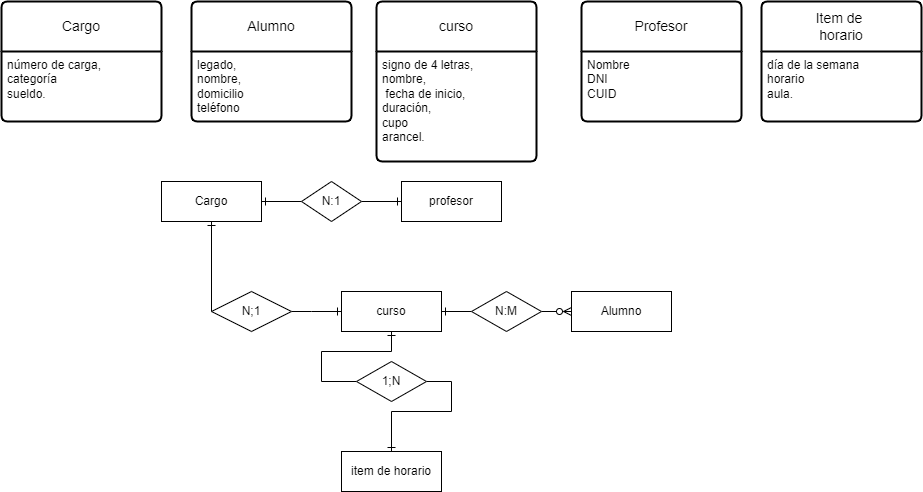
Before: Diagrama 4 TP3.drawio.png, a diagram exported from draw.io (Lilo038/Draw.IO). Source tidied: cells renumbered, new cells last; positions are measured from the earlier drawing's top-left corner, leaving out a move shared by most shapes.
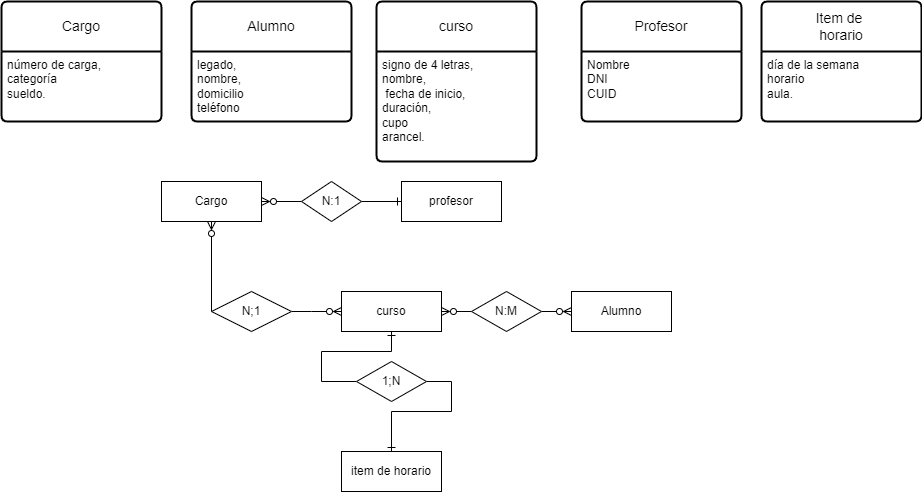
After the commit.

Change to the diagram source:
```diff
@@ -50,7 +50,7 @@
     <mxCell id="17" style="endArrow=ERone;html=1;rounded=0;exitX=1;exitY=0.5;exitDx=0;exitDy=0;entryX=0;entryY=0.5;entryDx=0;entryDy=0;endFill=0;" parent="1" edge="1" source="24" target="15">
       <mxGeometry relative="1" as="geometry" />
     </mxCell>
-    <mxCell id="18" style="endArrow=ERone;html=1;rounded=0;exitX=1;exitY=0.5;exitDx=0;exitDy=0;entryX=0;entryY=0.5;entryDx=0;entryDy=0;endFill=0;" parent="1" edge="1" source="22" target="14">
+    <mxCell id="18" style="endArrow=ERzeroToMany;html=1;rounded=0;exitX=1;exitY=0.5;exitDx=0;exitDy=0;entryX=0;entryY=0.5;entryDx=0;entryDy=0;endFill=0;" parent="1" edge="1" source="22" target="14">
       <mxGeometry relative="1" as="geometry">
         <Array as="points">
           <mxPoint x="310" y="310" />
@@ -69,19 +69,19 @@
         </Array>
       </mxGeometry>
     </mxCell>
-    <mxCell id="21" style="endArrow=none;html=1;rounded=0;exitX=0.5;exitY=1;exitDx=0;exitDy=0;entryX=0;entryY=0.5;entryDx=0;entryDy=0;startArrow=ERone;startFill=0;" parent="1" edge="1" source="12" target="22">
+    <mxCell id="21" style="endArrow=none;html=1;rounded=0;exitX=0.5;exitY=1;exitDx=0;exitDy=0;entryX=0;entryY=0.5;entryDx=0;entryDy=0;startArrow=ERzeroToMany;startFill=0;" parent="1" edge="1" source="12" target="22">
       <mxGeometry relative="1" as="geometry" />
     </mxCell>
     <mxCell id="22" value="N;1" style="shape=rhombus;perimeter=rhombusPerimeter;whiteSpace=wrap;html=1;align=center;" parent="1" vertex="1">
       <mxGeometry x="210" y="290" width="80" height="40" as="geometry" />
     </mxCell>
-    <mxCell id="23" style="endArrow=none;html=1;rounded=0;exitX=1;exitY=0.5;exitDx=0;exitDy=0;entryX=0;entryY=0.5;entryDx=0;entryDy=0;startArrow=ERone;startFill=0;" parent="1" edge="1" source="12" target="24">
+    <mxCell id="23" style="endArrow=none;html=1;rounded=0;exitX=1;exitY=0.5;exitDx=0;exitDy=0;entryX=0;entryY=0.5;entryDx=0;entryDy=0;startArrow=ERzeroToMany;startFill=0;" parent="1" edge="1" source="12" target="24">
       <mxGeometry relative="1" as="geometry" />
     </mxCell>
     <mxCell id="24" value="N:1" style="shape=rhombus;perimeter=rhombusPerimeter;whiteSpace=wrap;html=1;align=center;" parent="1" vertex="1">
       <mxGeometry x="300" y="180" width="60" height="40" as="geometry" />
     </mxCell>
-    <mxCell id="25" style="endArrow=none;html=1;rounded=0;exitX=1;exitY=0.5;exitDx=0;exitDy=0;entryX=0;entryY=0.5;entryDx=0;entryDy=0;startArrow=ERone;startFill=0;" parent="1" edge="1" source="14" target="26">
+    <mxCell id="25" style="endArrow=none;html=1;rounded=0;exitX=1;exitY=0.5;exitDx=0;exitDy=0;entryX=0;entryY=0.5;entryDx=0;entryDy=0;startArrow=ERzeroToMany;startFill=0;" parent="1" edge="1" source="14" target="26">
       <mxGeometry relative="1" as="geometry" />
     </mxCell>
     <mxCell id="26" value="N:M" style="shape=rhombus;perimeter=rhombusPerimeter;whiteSpace=wrap;html=1;align=center;" parent="1" vertex="1">
```
